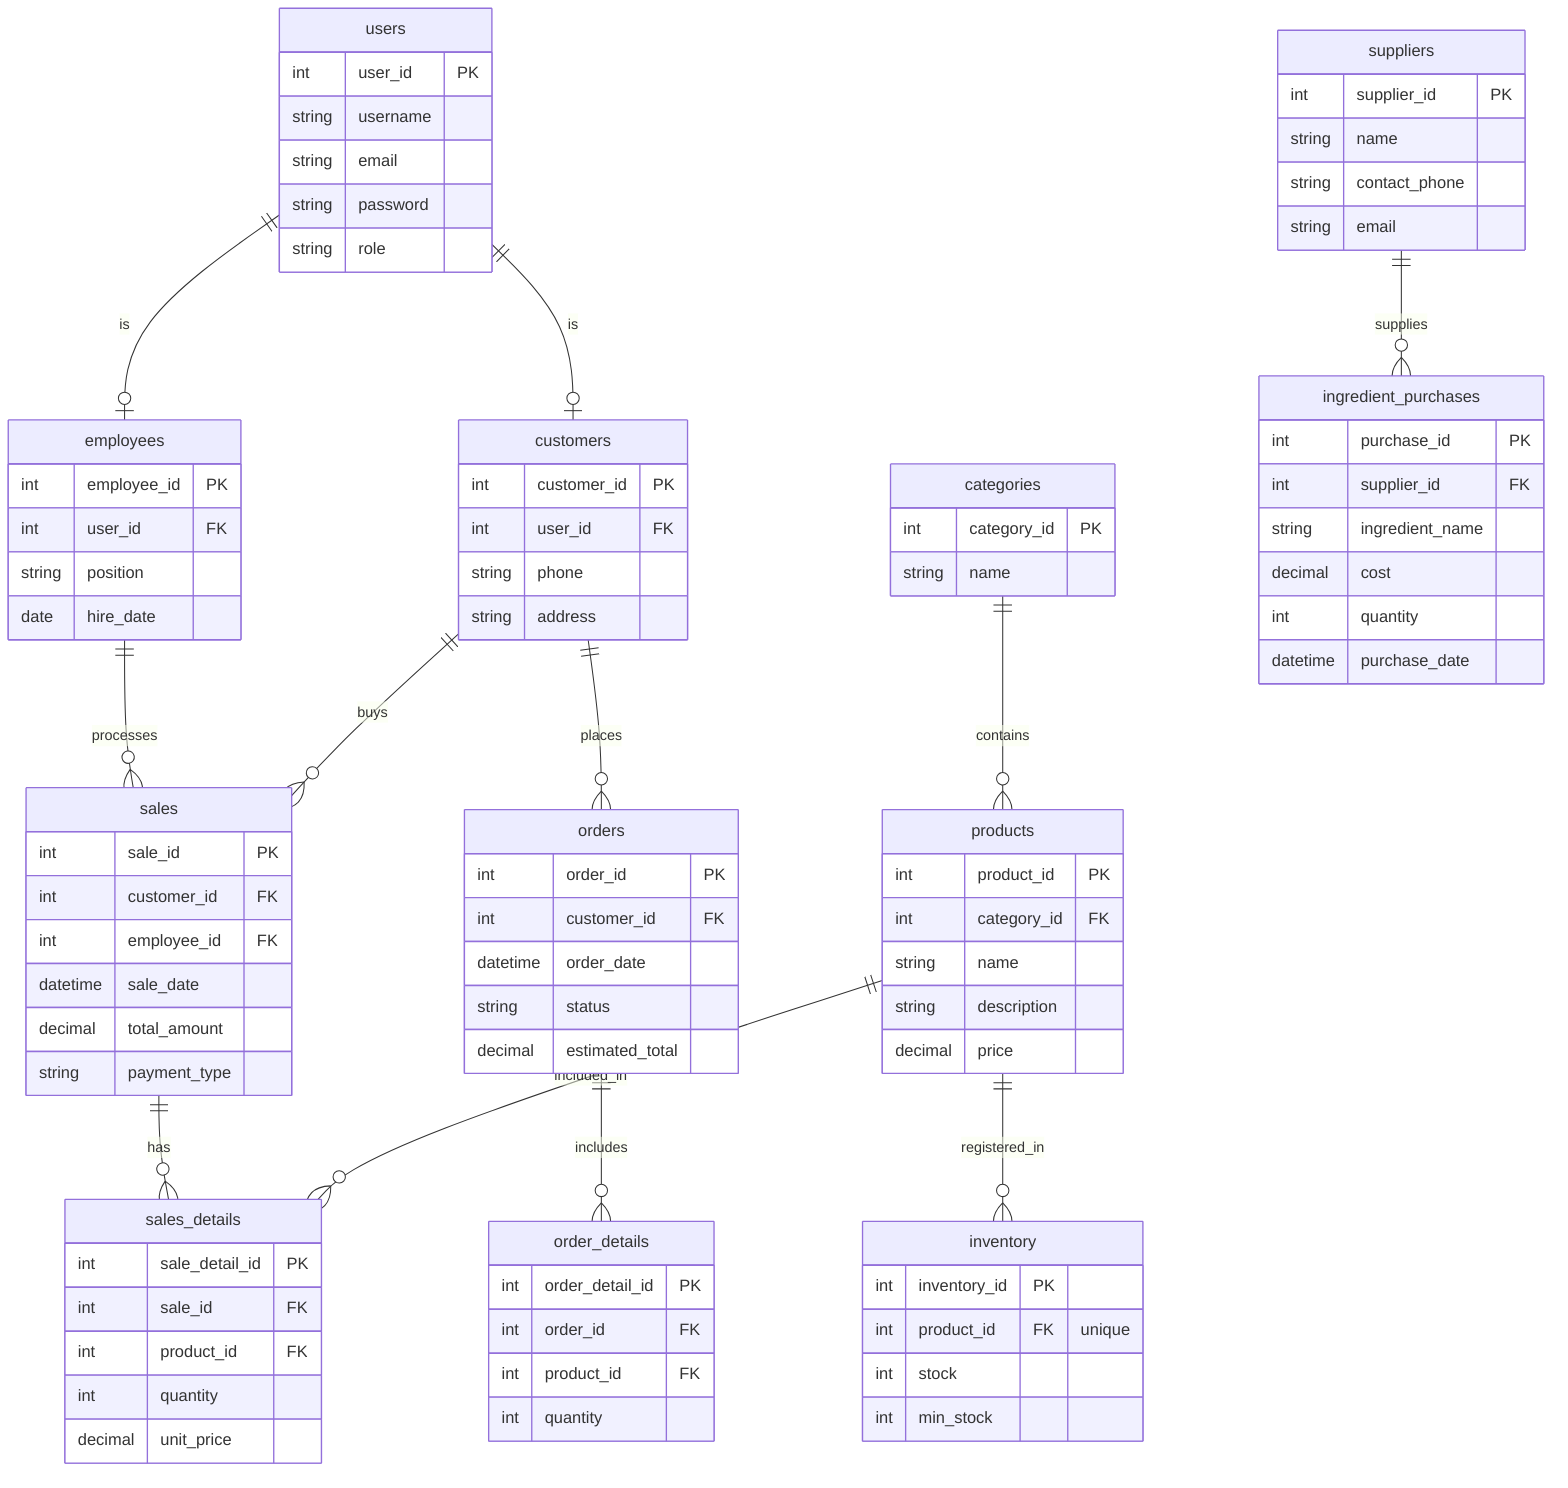
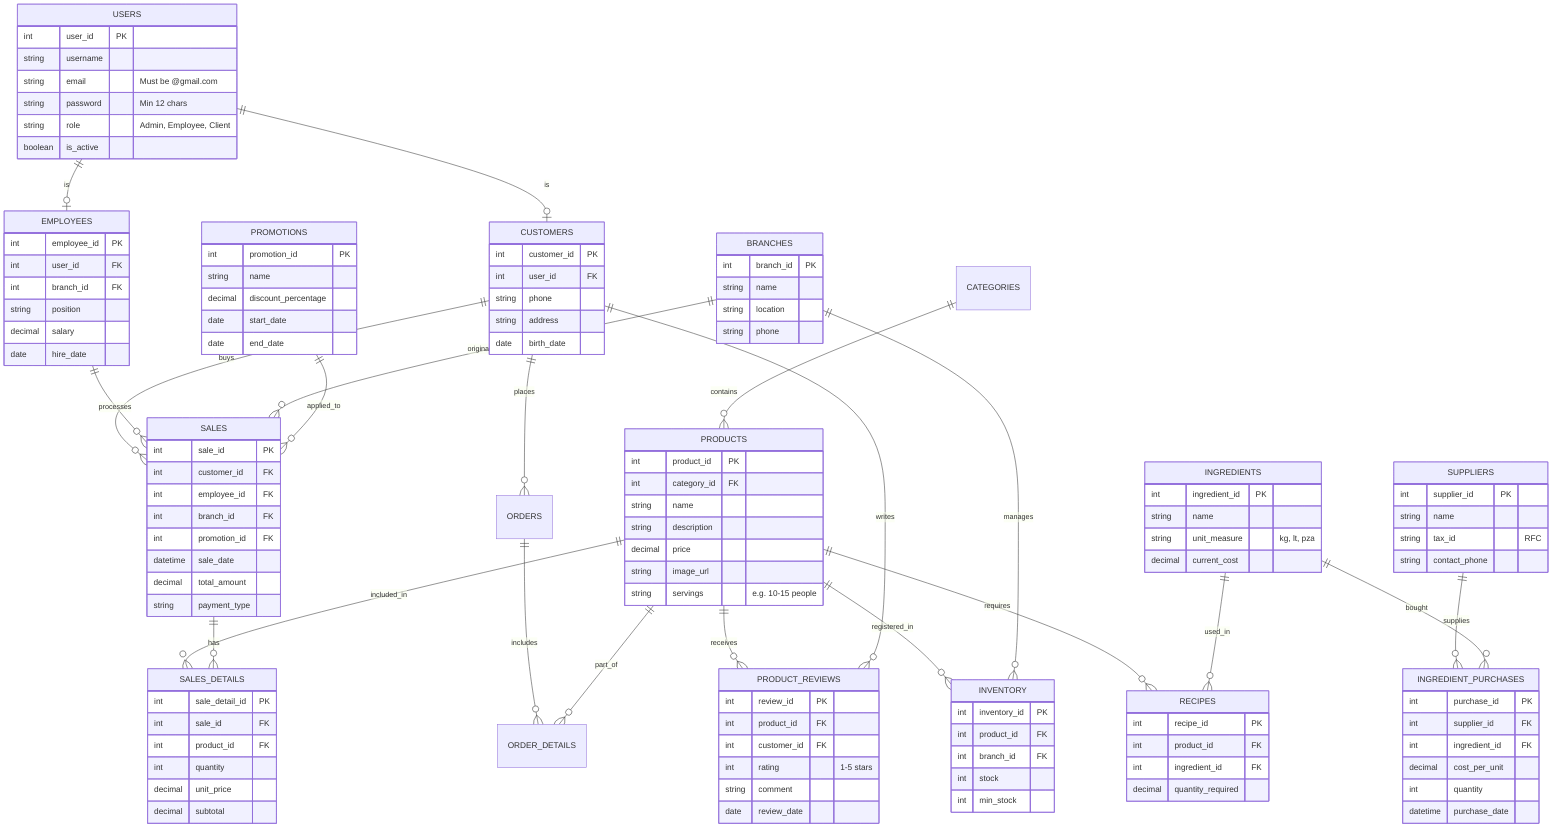
erDiagram
-     users ||--o| customers : "is"
-     users ||--o| employees : "is"
-     categories ||--o{ products : "contains"
-     products ||--o{ sales_details : "included_in"
-     sales ||--o{ sales_details : "has"
-     customers ||--o{ sales : "buys"
-     employees ||--o{ sales : "processes"
-     products ||--o{ inventory : "registered_in"
-     suppliers ||--o{ ingredient_purchases : "supplies"
-     customers ||--o{ orders : "places"
-     orders ||--o{ order_details : "includes"
+     %% --- RELATIONSHIPS ---
+     USERS ||--o| CUSTOMERS : "is"
+     USERS ||--o| EMPLOYEES : "is"
+     CATEGORIES ||--o{ PRODUCTS : "contains"
+     PRODUCTS ||--o{ SALES_DETAILS : "included_in"
+     SALES ||--o{ SALES_DETAILS : "has"
+     CUSTOMERS ||--o{ SALES : "buys"
+     EMPLOYEES ||--o{ SALES : "processes"
+     PRODUCTS ||--o{ INVENTORY : "registered_in"

-     users {
+     %% Branch Relationships
+     BRANCHES ||--o{ INVENTORY : "manages"
+     BRANCHES ||--o{ SALES : "originates_at"
+ 
+     %% Production & Recipes
+     PRODUCTS ||--o{ RECIPES : "requires"
+     INGREDIENTS ||--o{ RECIPES : "used_in"
+ 
+     %% Purchasing & Suppliers
+     SUPPLIERS ||--o{ INGREDIENT_PURCHASES : "supplies"
+     INGREDIENTS ||--o{ INGREDIENT_PURCHASES : "bought"
+ 
+     %% Orders & Tracking
+     CUSTOMERS ||--o{ ORDERS : "places"
+     ORDERS ||--o{ ORDER_DETAILS : "includes"
+     PRODUCTS ||--o{ ORDER_DETAILS : "part_of"
+ 
+     %% Marketing & Feedback
+     PRODUCTS ||--o{ PRODUCT_REVIEWS : "receives"
+     CUSTOMERS ||--o{ PRODUCT_REVIEWS : "writes"
+     PROMOTIONS ||--o{ SALES : "applied_to"
+ 
+     %% --- DETAILED ENTITIES ---
+ 
+     USERS {
        int user_id PK
        string username
-         string email
-         string password
-         string role
+         string email "Must be @gmail.com"
+         string password "Min 12 chars"
+         string role "Admin, Employee, Client"
+         boolean is_active
    }

-     customers {
+     CUSTOMERS {
        int customer_id PK
        int user_id FK
        string phone
        string address
+         date birth_date
    }

-     employees {
+     EMPLOYEES {
        int employee_id PK
        int user_id FK
+         int branch_id FK
        string position
+         decimal salary
        date hire_date
    }

-     products {
+     BRANCHES {
+         int branch_id PK
+         string name
+         string location
+         string phone
+     }
+ 
+     PRODUCTS {
        int product_id PK
        int category_id FK
        string name
        string description
        decimal price
+         string image_url
+         string servings "e.g. 10-15 people"
    }

-     inventory {
+     INGREDIENTS {
+         int ingredient_id PK
+         string name
+         string unit_measure "kg, lt, pza"
+         decimal current_cost
+     }
+ 
+     RECIPES {
+         int recipe_id PK
+         int product_id FK
+         int ingredient_id FK
+         decimal quantity_required
+     }
+ 
+     INVENTORY {
        int inventory_id PK
-         int product_id FK "unique"
+         int product_id FK
+         int branch_id FK
        int stock
        int min_stock
    }

-     sales {
+     SALES {
        int sale_id PK
        int customer_id FK
        int employee_id FK
+         int branch_id FK
+         int promotion_id FK
        datetime sale_date
        decimal total_amount
        string payment_type
    }

-     sales_details {
+     SALES_DETAILS {
        int sale_detail_id PK
        int sale_id FK
        int product_id FK
        int quantity
        decimal unit_price
+         decimal subtotal
    }

-     categories {
-         int category_id PK
+     SUPPLIERS {
+         int supplier_id PK
        string name
+         string tax_id "RFC"
+         string contact_phone
    }

-     orders {
-         int order_id PK
-         int customer_id FK
-         datetime order_date
-         string status
-         decimal estimated_total
-     }
- 
-     order_details {
-         int order_detail_id PK
-         int order_id FK
-         int product_id FK
-         int quantity
-     }
- 
-     suppliers {
-         int supplier_id PK
-         string name
-         string contact_phone
-         string email
-     }
- 
-     ingredient_purchases {
+     INGREDIENT_PURCHASES {
        int purchase_id PK
        int supplier_id FK
-         string ingredient_name
-         decimal cost
+         int ingredient_id FK
+         decimal cost_per_unit
        int quantity
        datetime purchase_date
    }
+ 
+     PRODUCT_REVIEWS {
+         int review_id PK
+         int product_id FK
+         int customer_id FK
+         int rating "1-5 stars"
+         string comment
+         date review_date
+     }
+ 
+     PROMOTIONS {
+         int promotion_id PK
+         string name
+         decimal discount_percentage
+         date start_date
+         date end_date
+     }
